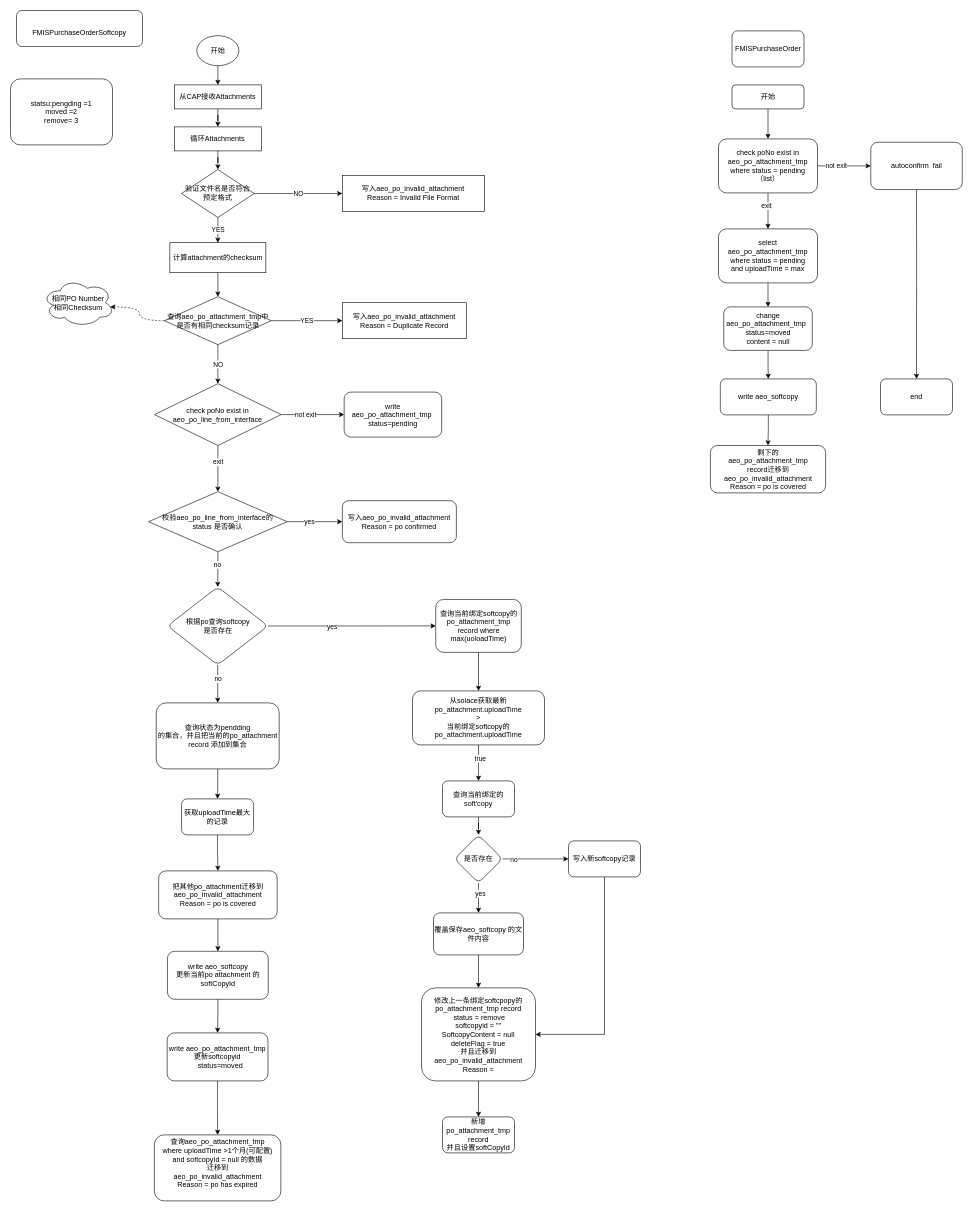
Above: po_atta.drawio in 1119132473/doc (draw.io), before the change. Source tidied: cells renumbered, new cells numbered last; positions are measured from the earlier drawing's top-left corner, leaving out a move shared by most shapes. Both pictures are drawn from the tidied source at 60%, with x=0, y=0 at pixel (10, 10).
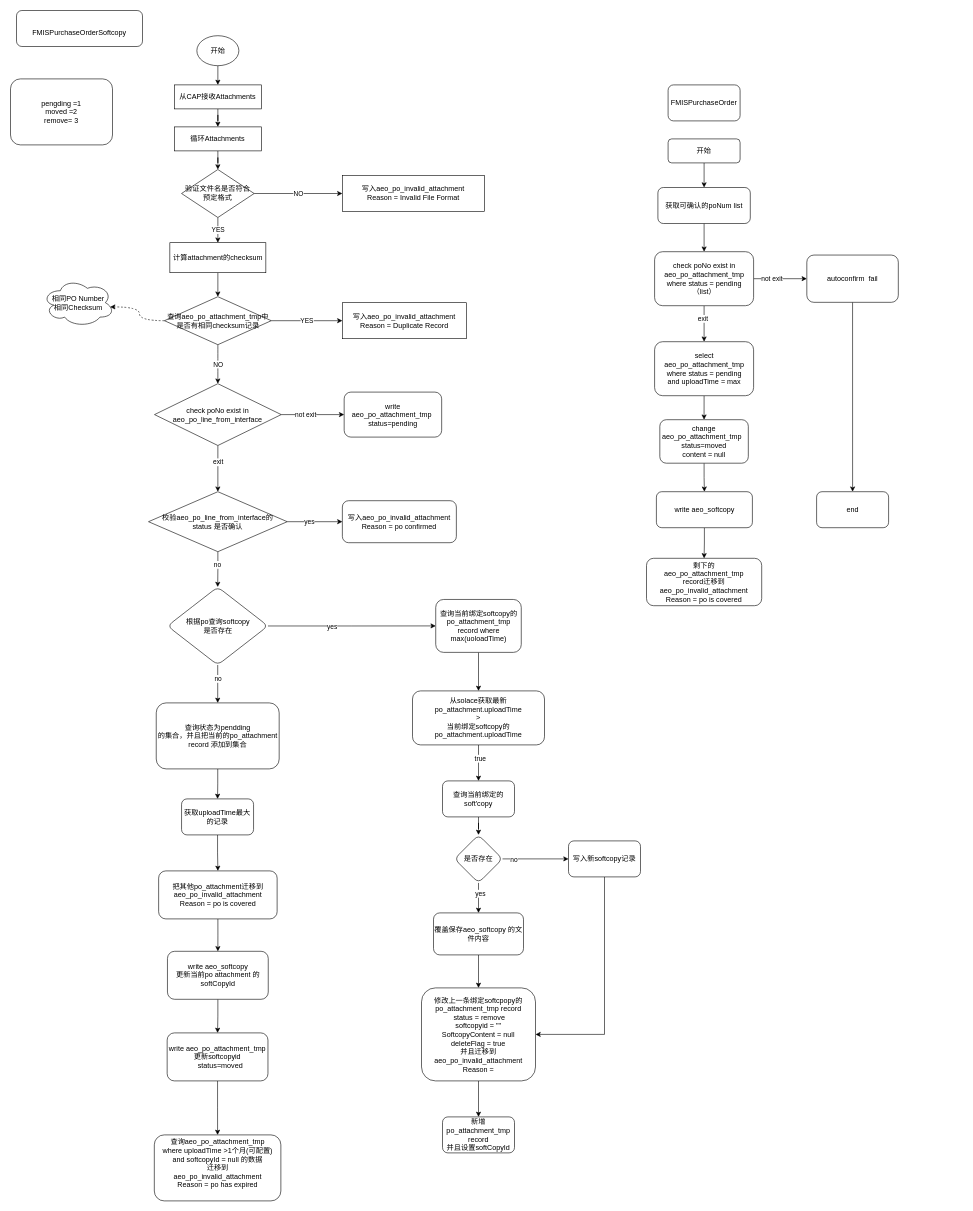
The same diagram, later.

The edit, as a diff of the source:
```diff
@@
-    <mxCell id="2" style="edgeStyle=orthogonalEdgeStyle;rounded=0;jettySize=auto;html=1;entryX=0.5;entryY=0;entryDx=0;entryDy=0;" parent="1" edge="1" source="3" target="9">
-      <mxGeometry relative="1" as="geometry" />
-    </mxCell>
+    <mxCell id="87" style="edgeStyle=orthogonalEdgeStyle;rounded=0;jettySize=auto;html=1;exitX=0.5;exitY=1;exitDx=0;exitDy=0;entryX=0.5;entryY=0;entryDx=0;entryDy=0;" parent="1" edge="1" source="3" target="89">
+      <mxGeometry relative="1" as="geometry" />
+    </mxCell>
     <mxCell id="3" value="开始" style="rounded=1;whiteSpace=wrap;html=1;fontSize=12;glass=0;strokeWidth=1;shadow=0;" parent="1" vertex="1">
-      <mxGeometry x="1202.5" y="124" width="120" height="40" as="geometry" />
+      <mxGeometry x="1096" y="214" width="120" height="40" as="geometry" />
     </mxCell>
     <mxCell id="4" value="FMISPurchaseOrder" style="rounded=1;whiteSpace=wrap;html=1;" parent="1" vertex="1">
-      <mxGeometry x="1202.5" y="34" width="120" height="60" as="geometry" />
+      <mxGeometry x="1096" y="124" width="120" height="60" as="geometry" />
     </mxCell>
@@
     <mxCell id="9" value="&lt;div&gt;check poNo exist in aeo_po_attachment_tmp&lt;/div&gt;&lt;div&gt;where status = pending&lt;/div&gt;&lt;div&gt;（list）&lt;br&gt;&lt;/div&gt;" style="rounded=1;whiteSpace=wrap;html=1;" parent="1" vertex="1">
-      <mxGeometry x="1180" y="214" width="165" height="90" as="geometry" />
+      <mxGeometry x="1073.5" y="402" width="165" height="90" as="geometry" />
     </mxCell>
@@
     <mxCell id="11" value="autoconfirm&amp;nbsp; fail" style="whiteSpace=wrap;html=1;rounded=1;" parent="1" vertex="1">
-      <mxGeometry x="1433.8" y="219.6" width="152.5" height="78.8" as="geometry" />
+      <mxGeometry x="1327.2" y="407.6" width="152.5" height="78.8" as="geometry" />
     </mxCell>
@@
     <mxCell id="13" value="&lt;div&gt;change aeo_po_attachment_tmp&amp;nbsp;&amp;nbsp; status=moved&lt;/div&gt;&lt;div&gt;content = null&lt;br&gt;&lt;/div&gt;" style="whiteSpace=wrap;html=1;rounded=1;" parent="1" vertex="1">
-      <mxGeometry x="1188.8" y="494" width="147.5" height="72.5" as="geometry" />
+      <mxGeometry x="1082.2" y="682" width="147.5" height="72.5" as="geometry" />
     </mxCell>
@@
     <mxCell id="15" value="write aeo_softcopy" style="rounded=1;whiteSpace=wrap;html=1;" parent="1" vertex="1">
-      <mxGeometry x="1183" y="614" width="160" height="60" as="geometry" />
+      <mxGeometry x="1076.5" y="802" width="160" height="60" as="geometry" />
     </mxCell>
     <mxCell id="16" value="end" style="rounded=1;whiteSpace=wrap;html=1;" parent="1" vertex="1">
-      <mxGeometry x="1450" y="614" width="120" height="60" as="geometry" />
+      <mxGeometry x="1343.5" y="802" width="120" height="60" as="geometry" />
     </mxCell>
@@
     <mxCell id="54" value="&lt;div&gt;select aeo_po_attachment_tmp&lt;/div&gt;&lt;div&gt;where status = pending&lt;/div&gt;&lt;div&gt;and uploadTime = max&lt;br&gt;&lt;/div&gt;" style="rounded=1;whiteSpace=wrap;html=1;" parent="1" vertex="1">
-      <mxGeometry x="1180" y="364" width="165" height="90" as="geometry" />
+      <mxGeometry x="1073.5" y="552" width="165" height="90" as="geometry" />
     </mxCell>
@@
     <mxCell id="57" value="&lt;div&gt;剩下的&lt;/div&gt;&lt;div&gt;aeo_po_attachment_tmp&lt;/div&gt;&lt;div&gt;record迁移到aeo_po_invalid_attachment&lt;br&gt;Reason = &lt;span class=&quot;HwtZe&quot; lang=&quot;en&quot;&gt;&lt;span class=&quot;jCAhz ChMk0b&quot;&gt;&lt;span class=&quot;ryNqvb&quot;&gt;po is covered&lt;/span&gt;&lt;/span&gt;&lt;/span&gt;&lt;/div&gt;" style="whiteSpace=wrap;html=1;rounded=1;" parent="1" vertex="1">
-      <mxGeometry x="1166.5" y="725" width="192" height="79" as="geometry" />
+      <mxGeometry x="1060" y="913" width="192" height="79" as="geometry" />
     </mxCell>
-    <mxCell id="58" value="&lt;div&gt;statsu:pengding =1&lt;/div&gt;&lt;div&gt;moved =2&lt;/div&gt;&lt;div&gt;remove= 3&lt;br&gt;&lt;/div&gt;" style="rounded=1;whiteSpace=wrap;html=1;" parent="1" vertex="1">
+    <mxCell id="58" value="&lt;div&gt;pengding =1&lt;/div&gt;&lt;div&gt;moved =2&lt;/div&gt;&lt;div&gt;remove= 3&lt;br&gt;&lt;/div&gt;" style="rounded=1;whiteSpace=wrap;html=1;" parent="1" vertex="1">
       <mxGeometry y="114" width="170" height="110" as="geometry" />
     </mxCell>
@@
+    <mxCell id="88" style="edgeStyle=orthogonalEdgeStyle;rounded=0;jettySize=auto;html=1;exitX=0.5;exitY=1;exitDx=0;exitDy=0;entryX=0.5;entryY=0;entryDx=0;entryDy=0;" parent="1" edge="1" source="89" target="9">
+      <mxGeometry relative="1" as="geometry" />
+    </mxCell>
+    <mxCell id="89" value="获取可确认的poNum list" style="rounded=1;whiteSpace=wrap;html=1;" parent="1" vertex="1">
+      <mxGeometry x="1079" y="295" width="154" height="60" as="geometry" />
+    </mxCell>
```
